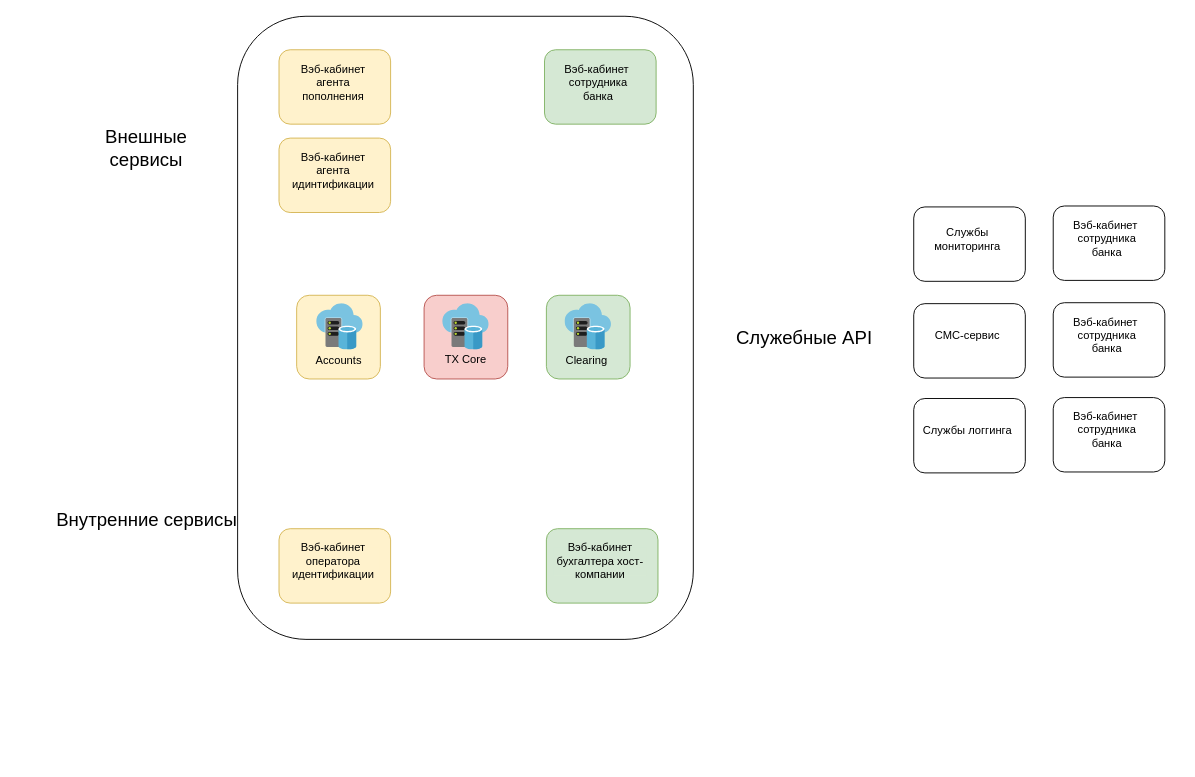
The draw.io diagram prc-arch.drawio in bobomurod/schemes, before the edit. Source tidied: cells renumbered, new cells numbered last; positions are measured from the earlier drawing's top-left corner, leaving out a move shared by most shapes. Both pictures are drawn from the tidied source at 93%, with x=0, y=0 at pixel (46, 16).
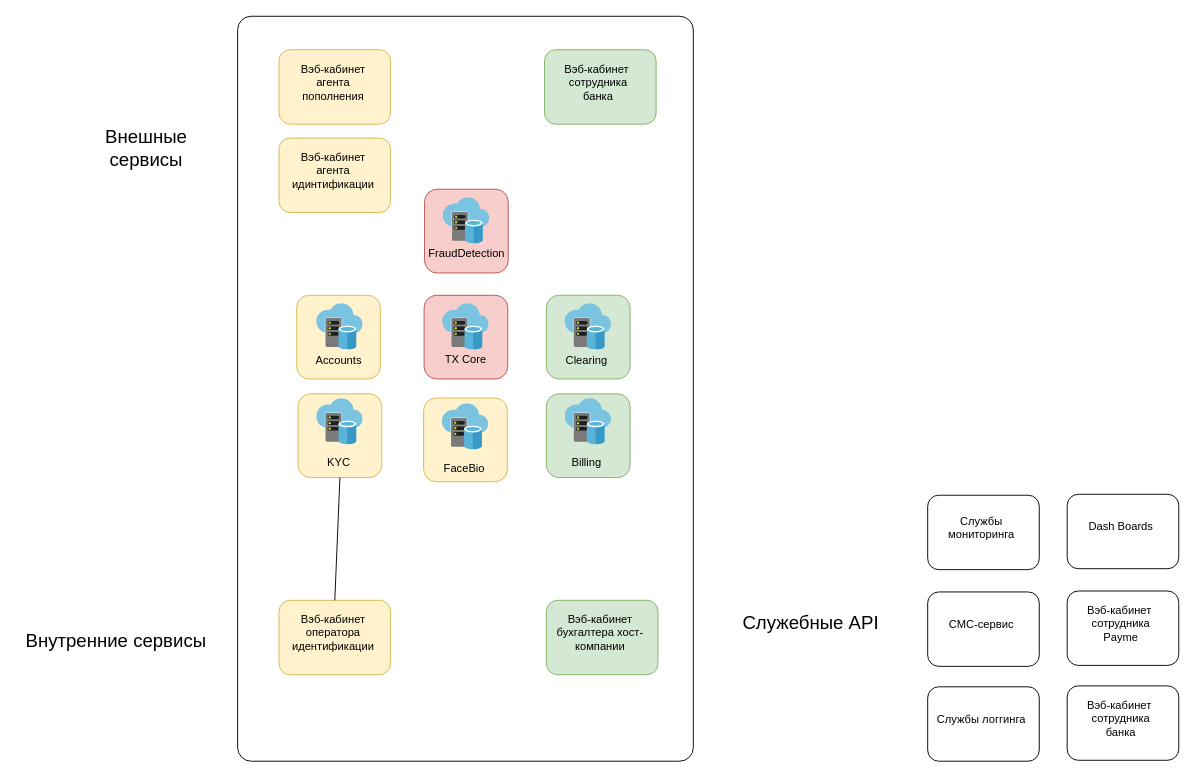
The same diagram, later.

Change to the diagram source:
```diff
@@
-    <mxCell id="2" style="rounded=1;whiteSpace=wrap;html=1;" parent="1" vertex="1">
-      <mxGeometry x="206" width="490" height="670" as="geometry" />
+    <mxCell id="2" style="rounded=1;whiteSpace=wrap;html=1;perimeterSpacing=0;arcSize=3;fillColor=none;" parent="1" vertex="1">
+      <mxGeometry x="206" width="490" height="801" as="geometry" />
     </mxCell>
@@
     <mxCell id="13" value="Внутренние сервисы" style="text;html=1;strokeColor=none;fillColor=none;align=center;verticalAlign=middle;whiteSpace=wrap;rounded=0;fontSize=20;" parent="1" vertex="1">
-      <mxGeometry x="0.5" y="531" width="215" height="20" as="geometry" />
+      <mxGeometry x="-32" y="661" width="215" height="20" as="geometry" />
     </mxCell>
@@
     <mxCell id="20" style="rounded=1;whiteSpace=wrap;html=1;fillColor=#fff2cc;strokeColor=#d6b656;" parent="1" vertex="1">
-      <mxGeometry x="250.5" y="551" width="120" height="80" as="geometry" />
+      <mxGeometry x="250.5" y="628" width="120" height="80" as="geometry" />
     </mxCell>
     <mxCell id="21" value="&lt;div&gt;Вэб-кабинет оператора&lt;/div&gt;&lt;div&gt; идентификации&lt;/div&gt;" style="text;html=1;strokeColor=none;fillColor=#fff2cc;align=center;verticalAlign=middle;whiteSpace=wrap;rounded=0;" parent="1" vertex="1">
-      <mxGeometry x="258.5" y="571" width="100" height="30" as="geometry" />
+      <mxGeometry x="258.5" y="648" width="100" height="30" as="geometry" />
     </mxCell>
     <mxCell id="22" style="rounded=1;whiteSpace=wrap;html=1;fillColor=#d5e8d4;strokeColor=#82b366;" parent="1" vertex="1">
-      <mxGeometry x="538" y="551" width="120" height="80" as="geometry" />
+      <mxGeometry x="538" y="628" width="120" height="80" as="geometry" />
     </mxCell>
     <mxCell id="23" value="Вэб-кабинет бухгалтера хост-компании" style="text;html=1;strokeColor=none;fillColor=#d5e8d4;align=center;verticalAlign=middle;whiteSpace=wrap;rounded=0;" parent="1" vertex="1">
-      <mxGeometry x="546" y="571" width="100" height="30" as="geometry" />
+      <mxGeometry x="546" y="648" width="100" height="30" as="geometry" />
     </mxCell>
     <mxCell id="24" style="rounded=1;whiteSpace=wrap;html=1;" parent="1" vertex="1">
-      <mxGeometry x="933" y="309" width="120" height="80" as="geometry" />
+      <mxGeometry x="948" y="619" width="120" height="80" as="geometry" />
     </mxCell>
     <mxCell id="25" value="СМС-сервис" style="text;html=1;strokeColor=none;fillColor=none;align=center;verticalAlign=middle;whiteSpace=wrap;rounded=0;" parent="1" vertex="1">
-      <mxGeometry x="941" y="329" width="100" height="30" as="geometry" />
+      <mxGeometry x="956" y="639" width="100" height="30" as="geometry" />
     </mxCell>
     <mxCell id="26" value="Служебные API" style="text;html=1;strokeColor=none;fillColor=none;align=center;verticalAlign=middle;whiteSpace=wrap;rounded=0;fontSize=20;" parent="1" vertex="1">
-      <mxGeometry x="708" y="335" width="215" height="20" as="geometry" />
+      <mxGeometry x="714.5" y="641" width="215" height="20" as="geometry" />
     </mxCell>
     <mxCell id="27" style="rounded=1;whiteSpace=wrap;html=1;" parent="1" vertex="1">
-      <mxGeometry x="933" y="411" width="120" height="80" as="geometry" />
+      <mxGeometry x="948" y="721" width="120" height="80" as="geometry" />
     </mxCell>
     <mxCell id="28" value="Службы логгинга" style="text;html=1;strokeColor=none;fillColor=none;align=center;verticalAlign=middle;whiteSpace=wrap;rounded=0;" parent="1" vertex="1">
-      <mxGeometry x="941" y="431" width="100" height="30" as="geometry" />
+      <mxGeometry x="956" y="741" width="100" height="30" as="geometry" />
     </mxCell>
     <mxCell id="29" style="rounded=1;whiteSpace=wrap;html=1;" parent="1" vertex="1">
-      <mxGeometry x="933" y="205" width="120" height="80" as="geometry" />
+      <mxGeometry x="948" y="515" width="120" height="80" as="geometry" />
     </mxCell>
     <mxCell id="30" value="Службы мониторинга" style="text;html=1;strokeColor=none;fillColor=none;align=center;verticalAlign=middle;whiteSpace=wrap;rounded=0;" parent="1" vertex="1">
-      <mxGeometry x="941" y="225" width="100" height="30" as="geometry" />
+      <mxGeometry x="956" y="535" width="100" height="30" as="geometry" />
     </mxCell>
     <mxCell id="31" style="rounded=1;whiteSpace=wrap;html=1;" parent="1" vertex="1">
-      <mxGeometry x="1083" y="308" width="120" height="80" as="geometry" />
+      <mxGeometry x="1098" y="618" width="120" height="80" as="geometry" />
     </mxCell>
-    <mxCell id="32" value="Вэб-кабинет&amp;nbsp; сотрудника банка" style="text;html=1;strokeColor=none;fillColor=none;align=center;verticalAlign=middle;whiteSpace=wrap;rounded=0;" parent="1" vertex="1">
-      <mxGeometry x="1091" y="328" width="100" height="30" as="geometry" />
+    <mxCell id="32" value="Вэб-кабинет&amp;nbsp; сотрудника Payme" style="text;html=1;strokeColor=none;fillColor=none;align=center;verticalAlign=middle;whiteSpace=wrap;rounded=0;" parent="1" vertex="1">
+      <mxGeometry x="1106" y="638" width="100" height="30" as="geometry" />
     </mxCell>
     <mxCell id="33" style="rounded=1;whiteSpace=wrap;html=1;" parent="1" vertex="1">
-      <mxGeometry x="1083" y="410" width="120" height="80" as="geometry" />
+      <mxGeometry x="1098" y="720" width="120" height="80" as="geometry" />
     </mxCell>
     <mxCell id="34" value="Вэб-кабинет&amp;nbsp; сотрудника банка" style="text;html=1;strokeColor=none;fillColor=none;align=center;verticalAlign=middle;whiteSpace=wrap;rounded=0;" parent="1" vertex="1">
-      <mxGeometry x="1091" y="430" width="100" height="30" as="geometry" />
+      <mxGeometry x="1106" y="740" width="100" height="30" as="geometry" />
     </mxCell>
     <mxCell id="35" style="rounded=1;whiteSpace=wrap;html=1;" parent="1" vertex="1">
-      <mxGeometry x="1083" y="204" width="120" height="80" as="geometry" />
+      <mxGeometry x="1098" y="514" width="120" height="80" as="geometry" />
     </mxCell>
-    <mxCell id="36" value="Вэб-кабинет&amp;nbsp; сотрудника банка" style="text;html=1;strokeColor=none;fillColor=none;align=center;verticalAlign=middle;whiteSpace=wrap;rounded=0;" parent="1" vertex="1">
-      <mxGeometry x="1091" y="224" width="100" height="30" as="geometry" />
+    <mxCell id="36" value="Dash Boards" style="text;html=1;strokeColor=none;fillColor=none;align=center;verticalAlign=middle;whiteSpace=wrap;rounded=0;" parent="1" vertex="1">
+      <mxGeometry x="1106" y="534" width="100" height="30" as="geometry" />
     </mxCell>
+    <mxCell id="37" style="rounded=1;whiteSpace=wrap;html=1;fillColor=#fff2cc;strokeColor=#d6b656;" parent="1" vertex="1">
+      <mxGeometry x="271" y="406" width="90" height="90" as="geometry" />
+    </mxCell>
+    <mxCell id="38" style="html=1;perimeter=none;align=center;shadow=0;dashed=0;image;fontSize=12;image=img/lib/mscae/Virtual_Datacenter.svg;" parent="1" vertex="1">
+      <mxGeometry x="291" y="411" width="50" height="50" as="geometry" />
+    </mxCell>
+    <mxCell id="39" value="KYC" style="text;html=1;strokeColor=none;fillColor=none;align=center;verticalAlign=middle;whiteSpace=wrap;rounded=0;" parent="1" vertex="1">
+      <mxGeometry x="294.5" y="470" width="40" height="20" as="geometry" />
+    </mxCell>
+    <mxCell id="40" style="rounded=1;whiteSpace=wrap;html=1;fillColor=#d5e8d4;strokeColor=#82b366;" parent="1" vertex="1">
+      <mxGeometry x="538" y="406" width="90" height="90" as="geometry" />
+    </mxCell>
+    <mxCell id="41" style="html=1;perimeter=none;align=center;shadow=0;dashed=0;image;fontSize=12;image=img/lib/mscae/Virtual_Datacenter.svg;" parent="1" vertex="1">
+      <mxGeometry x="558" y="411" width="50" height="50" as="geometry" />
+    </mxCell>
+    <mxCell id="42" value="Billing" style="text;html=1;strokeColor=none;fillColor=none;align=center;verticalAlign=middle;whiteSpace=wrap;rounded=0;" parent="1" vertex="1">
+      <mxGeometry x="559" y="470" width="45" height="20" as="geometry" />
+    </mxCell>
+    <mxCell id="43" style="rounded=1;whiteSpace=wrap;html=1;fillColor=#fff2cc;strokeColor=#d6b656;" parent="1" vertex="1">
+      <mxGeometry x="406" y="410.5" width="90" height="90" as="geometry" />
+    </mxCell>
+    <mxCell id="44" style="html=1;perimeter=none;align=center;shadow=0;dashed=0;image;fontSize=12;image=img/lib/mscae/Virtual_Datacenter.svg;" parent="1" vertex="1">
+      <mxGeometry x="426" y="416.5" width="50" height="50" as="geometry" />
+    </mxCell>
+    <mxCell id="45" value="FaceBio" style="text;html=1;strokeColor=none;fillColor=none;align=center;verticalAlign=middle;whiteSpace=wrap;rounded=0;" parent="1" vertex="1">
+      <mxGeometry x="429.5" y="475.5" width="40" height="20" as="geometry" />
+    </mxCell>
+    <mxCell id="46" style="endArrow=none;html=1;entryX=0.5;entryY=1;entryDx=0;entryDy=0;exitX=0.5;exitY=0;exitDx=0;exitDy=0;" parent="1" edge="1" source="20" target="37">
+      <mxGeometry relative="1" as="geometry" />
+    </mxCell>
+    <mxCell id="47" style="rounded=1;whiteSpace=wrap;html=1;fillColor=#f8cecc;strokeColor=#b85450;" parent="1" vertex="1">
+      <mxGeometry x="407" y="186" width="90" height="90" as="geometry" />
+    </mxCell>
+    <mxCell id="48" style="html=1;perimeter=none;align=center;shadow=0;dashed=0;image;fontSize=12;image=img/lib/mscae/Virtual_Datacenter.svg;" parent="1" vertex="1">
+      <mxGeometry x="427" y="195" width="50" height="50" as="geometry" />
+    </mxCell>
+    <mxCell id="49" value="FraudDetection" style="text;html=1;strokeColor=none;fillColor=none;align=center;verticalAlign=middle;whiteSpace=wrap;rounded=0;" parent="1" vertex="1">
+      <mxGeometry x="424.5" y="245" width="55" height="20" as="geometry" />
+    </mxCell>
```
